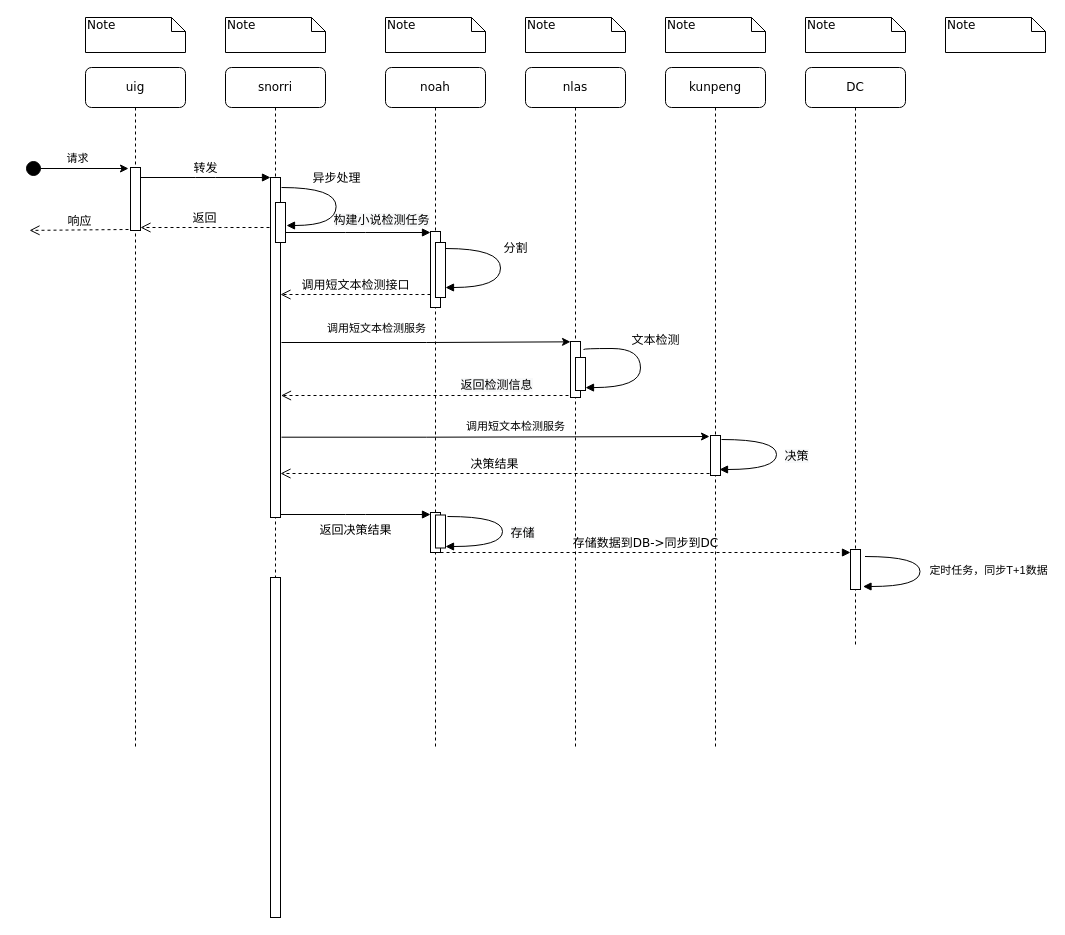
FataliBud/draw.io keeps this draw.io diagram as 中文在线机审时序图.drawio. Above is the earlier version. Source tidied: cells renumbered, new cells numbered last; positions are measured from the earlier drawing's top-left corner, leaving out a move shared by most shapes. Both pictures are drawn from the tidied source at 100%, with x=0, y=0 at pixel (25, 17).
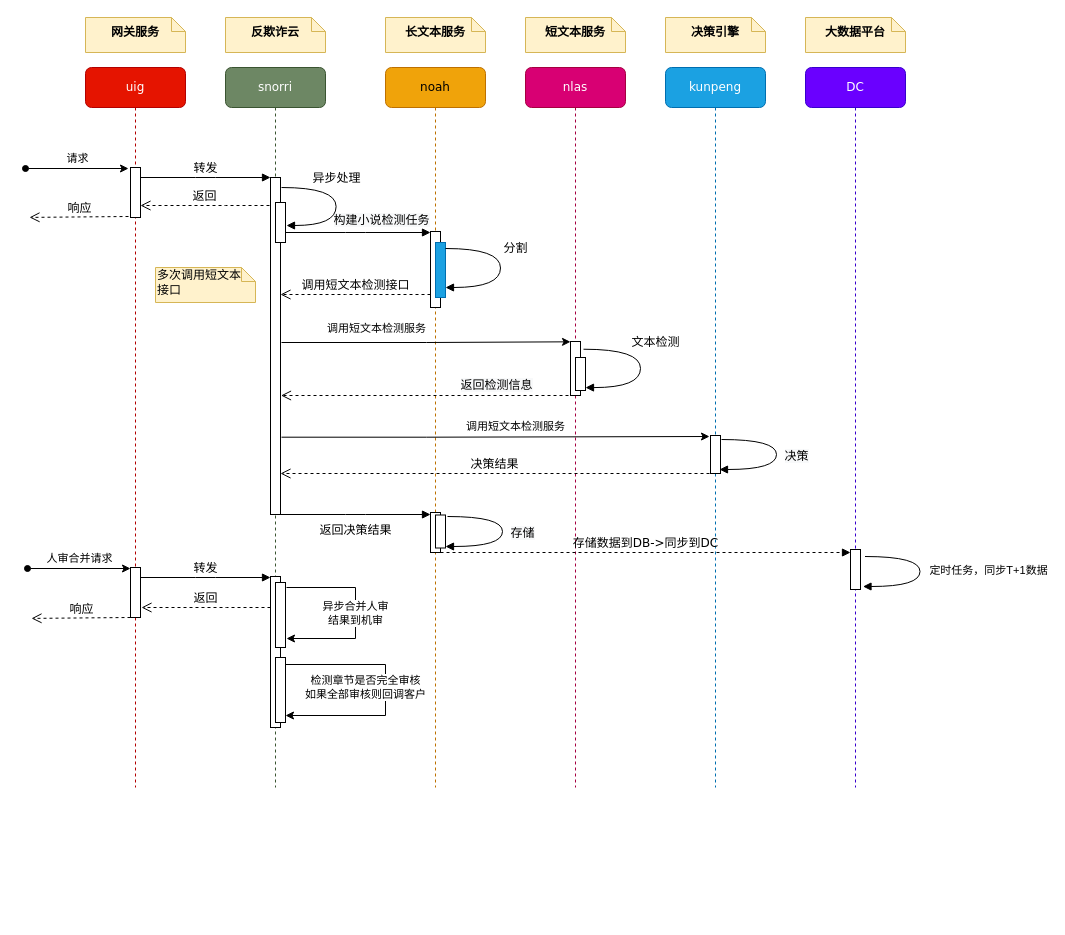
After the change.

Commit message (it also covers changes not shown here):
Update 中文在线机审时序图.drawio

Diff of the diagram source:
```diff
@@
-    <mxCell id="2" value="snorri" style="shape=umlLifeline;perimeter=lifelinePerimeter;whiteSpace=wrap;html=1;rounded=1;shadow=0;comic=0;labelBackgroundColor=none;strokeWidth=1;fontFamily=Verdana;fontSize=12;align=center;" parent="1" vertex="1">
-      <mxGeometry x="200" y="50" width="100" height="680" as="geometry" />
+    <mxCell id="2" value="snorri" style="shape=umlLifeline;perimeter=lifelinePerimeter;whiteSpace=wrap;html=1;rounded=1;shadow=0;comic=0;labelBackgroundColor=none;strokeWidth=1;fontFamily=Verdana;fontSize=12;align=center;fillColor=#6d8764;strokeColor=#3A5431;fontColor=#ffffff;" parent="1" vertex="1">
+      <mxGeometry x="200" y="50" width="100" height="720" as="geometry" />
     </mxCell>
     <mxCell id="3" style="html=1;perimeter=orthogonalPerimeter;rounded=0;shadow=0;comic=0;labelBackgroundColor=none;strokeWidth=1;fontFamily=Verdana;fontSize=12;align=center;" parent="2" vertex="1">
-      <mxGeometry x="45" y="110" width="10" height="340" as="geometry" />
+      <mxGeometry x="45" y="110" width="10" height="337" as="geometry" />
     </mxCell>
-    <mxCell id="4" value="noah" style="shape=umlLifeline;perimeter=lifelinePerimeter;whiteSpace=wrap;html=1;rounded=1;shadow=0;comic=0;labelBackgroundColor=none;strokeWidth=1;fontFamily=Verdana;fontSize=12;align=center;" parent="1" vertex="1">
-      <mxGeometry x="360" y="50" width="100" height="680" as="geometry" />
+    <mxCell id="4" value="noah" style="shape=umlLifeline;perimeter=lifelinePerimeter;whiteSpace=wrap;html=1;rounded=1;shadow=0;comic=0;labelBackgroundColor=none;strokeWidth=1;fontFamily=Verdana;fontSize=12;align=center;fillColor=#f0a30a;strokeColor=#BD7000;fontColor=#000000;" parent="1" vertex="1">
+      <mxGeometry x="360" y="50" width="100" height="720" as="geometry" />
     </mxCell>
@@
-    <mxCell id="6" value="nlas" style="shape=umlLifeline;perimeter=lifelinePerimeter;whiteSpace=wrap;html=1;rounded=1;shadow=0;comic=0;labelBackgroundColor=none;strokeWidth=1;fontFamily=Verdana;fontSize=12;align=center;" parent="1" vertex="1">
-      <mxGeometry x="500" y="50" width="100" height="680" as="geometry" />
+    <mxCell id="6" value="nlas" style="shape=umlLifeline;perimeter=lifelinePerimeter;whiteSpace=wrap;html=1;rounded=1;shadow=0;comic=0;labelBackgroundColor=none;strokeWidth=1;fontFamily=Verdana;fontSize=12;align=center;fillColor=#d80073;strokeColor=#A50040;fontColor=#ffffff;" parent="1" vertex="1">
+      <mxGeometry x="500" y="50" width="100" height="720" as="geometry" />
     </mxCell>
-    <mxCell id="7" value="kunpeng" style="shape=umlLifeline;perimeter=lifelinePerimeter;whiteSpace=wrap;html=1;rounded=1;shadow=0;comic=0;labelBackgroundColor=none;strokeWidth=1;fontFamily=Verdana;fontSize=12;align=center;" parent="1" vertex="1">
-      <mxGeometry x="640" y="50" width="100" height="680" as="geometry" />
+    <mxCell id="7" value="kunpeng" style="shape=umlLifeline;perimeter=lifelinePerimeter;whiteSpace=wrap;html=1;rounded=1;shadow=0;comic=0;labelBackgroundColor=none;strokeWidth=1;fontFamily=Verdana;fontSize=12;align=center;fillColor=#1ba1e2;strokeColor=#006EAF;fontColor=#ffffff;" parent="1" vertex="1">
+      <mxGeometry x="640" y="50" width="100" height="720" as="geometry" />
     </mxCell>
-    <mxCell id="8" value="DC" style="shape=umlLifeline;perimeter=lifelinePerimeter;whiteSpace=wrap;html=1;rounded=1;shadow=0;comic=0;labelBackgroundColor=none;strokeWidth=1;fontFamily=Verdana;fontSize=12;align=center;" parent="1" vertex="1">
-      <mxGeometry x="780" y="50" width="100" height="580" as="geometry" />
+    <mxCell id="8" value="DC" style="shape=umlLifeline;perimeter=lifelinePerimeter;whiteSpace=wrap;html=1;rounded=1;shadow=0;comic=0;labelBackgroundColor=none;strokeWidth=1;fontFamily=Verdana;fontSize=12;align=center;fillColor=#6a00ff;strokeColor=#3700CC;fontColor=#ffffff;" parent="1" vertex="1">
+      <mxGeometry x="780" y="50" width="100" height="720" as="geometry" />
     </mxCell>
-    <mxCell id="9" value="uig" style="shape=umlLifeline;perimeter=lifelinePerimeter;whiteSpace=wrap;html=1;rounded=1;shadow=0;comic=0;labelBackgroundColor=none;strokeWidth=1;fontFamily=Verdana;fontSize=12;align=center;" parent="1" vertex="1">
-      <mxGeometry x="60" y="50" width="100" height="680" as="geometry" />
+    <mxCell id="9" value="uig" style="shape=umlLifeline;perimeter=lifelinePerimeter;whiteSpace=wrap;html=1;rounded=1;shadow=0;comic=0;labelBackgroundColor=none;strokeWidth=1;fontFamily=Verdana;fontSize=12;align=center;fillColor=#e51400;strokeColor=#B20000;fontColor=#ffffff;" parent="1" vertex="1">
+      <mxGeometry x="60" y="50" width="100" height="720" as="geometry" />
     </mxCell>
     <mxCell id="10" style="html=1;perimeter=orthogonalPerimeter;rounded=0;shadow=0;comic=0;labelBackgroundColor=none;strokeWidth=1;fontFamily=Verdana;fontSize=12;align=center;" parent="9" vertex="1">
-      <mxGeometry x="45" y="100" width="10" height="63" as="geometry" />
+      <mxGeometry x="45" y="100" width="10" height="50" as="geometry" />
     </mxCell>
     <mxCell id="11" style="html=1;points=[];perimeter=orthogonalPerimeter;rounded=0;shadow=0;comic=0;labelBackgroundColor=none;strokeWidth=1;fontFamily=Verdana;fontSize=12;align=center;" parent="1" vertex="1">
-      <mxGeometry x="545" y="324" width="10" height="56" as="geometry" />
+      <mxGeometry x="545" y="324" width="10" height="54" as="geometry" />
     </mxCell>
     <mxCell id="12" style="html=1;perimeter=orthogonalPerimeter;rounded=0;shadow=0;comic=0;labelBackgroundColor=none;strokeWidth=1;fontFamily=Verdana;fontSize=12;align=center;" parent="1" vertex="1">
-      <mxGeometry x="685" y="418" width="10" height="40" as="geometry" />
+      <mxGeometry x="685" y="418" width="10" height="38" as="geometry" />
     </mxCell>
@@
-    <mxCell id="18" value="Note" style="shape=note;whiteSpace=wrap;html=1;size=14;verticalAlign=top;align=left;spacingTop=-6;rounded=0;shadow=0;comic=0;labelBackgroundColor=none;strokeWidth=1;fontFamily=Verdana;fontSize=12;" parent="1" vertex="1">
+    <mxCell id="18" value="网关服务" style="shape=note;whiteSpace=wrap;html=1;size=14;verticalAlign=middle;align=center;spacingTop=-6;rounded=0;shadow=0;comic=0;labelBackgroundColor=none;strokeWidth=1;fontFamily=Verdana;fontSize=12;fontStyle=1;fillColor=#fff2cc;strokeColor=#d6b656;" parent="1" vertex="1">
       <mxGeometry x="60" width="100" height="35" as="geometry" />
     </mxCell>
-    <mxCell id="19" value="Note" style="shape=note;whiteSpace=wrap;html=1;size=14;verticalAlign=top;align=left;spacingTop=-6;rounded=0;shadow=0;comic=0;labelBackgroundColor=none;strokeWidth=1;fontFamily=Verdana;fontSize=12;" parent="1" vertex="1">
+    <mxCell id="19" value="反欺诈云" style="shape=note;whiteSpace=wrap;html=1;size=14;verticalAlign=middle;align=center;spacingTop=-6;rounded=0;shadow=0;comic=0;labelBackgroundColor=none;strokeWidth=1;fontFamily=Verdana;fontSize=12;fontStyle=1;fillColor=#fff2cc;strokeColor=#d6b656;" parent="1" vertex="1">
       <mxGeometry x="200" width="100" height="35" as="geometry" />
     </mxCell>
-    <mxCell id="20" value="Note" style="shape=note;whiteSpace=wrap;html=1;size=14;verticalAlign=top;align=left;spacingTop=-6;rounded=0;shadow=0;comic=0;labelBackgroundColor=none;strokeWidth=1;fontFamily=Verdana;fontSize=12;" parent="1" vertex="1">
+    <mxCell id="20" value="长文本服务" style="shape=note;whiteSpace=wrap;html=1;size=14;verticalAlign=middle;align=center;spacingTop=-6;rounded=0;shadow=0;comic=0;labelBackgroundColor=none;strokeWidth=1;fontFamily=Verdana;fontSize=12;fontStyle=1;fillColor=#fff2cc;strokeColor=#d6b656;" parent="1" vertex="1">
       <mxGeometry x="360" width="100" height="35" as="geometry" />
     </mxCell>
-    <mxCell id="21" value="Note" style="shape=note;whiteSpace=wrap;html=1;size=14;verticalAlign=top;align=left;spacingTop=-6;rounded=0;shadow=0;comic=0;labelBackgroundColor=none;strokeWidth=1;fontFamily=Verdana;fontSize=12;" parent="1" vertex="1">
+    <mxCell id="21" value="短文本服务" style="shape=note;whiteSpace=wrap;html=1;size=14;verticalAlign=middle;align=center;spacingTop=-6;rounded=0;shadow=0;comic=0;labelBackgroundColor=none;strokeWidth=1;fontFamily=Verdana;fontSize=12;fontStyle=1;fillColor=#fff2cc;strokeColor=#d6b656;" parent="1" vertex="1">
       <mxGeometry x="500" width="100" height="35" as="geometry" />
     </mxCell>
-    <mxCell id="22" value="Note" style="shape=note;whiteSpace=wrap;html=1;size=14;verticalAlign=top;align=left;spacingTop=-6;rounded=0;shadow=0;comic=0;labelBackgroundColor=none;strokeWidth=1;fontFamily=Verdana;fontSize=12;" parent="1" vertex="1">
+    <mxCell id="22" value="决策引擎" style="shape=note;whiteSpace=wrap;html=1;size=14;verticalAlign=middle;align=center;spacingTop=-6;rounded=0;shadow=0;comic=0;labelBackgroundColor=none;strokeWidth=1;fontFamily=Verdana;fontSize=12;fontStyle=1;fillColor=#fff2cc;strokeColor=#d6b656;" parent="1" vertex="1">
       <mxGeometry x="640" width="100" height="35" as="geometry" />
     </mxCell>
-    <mxCell id="23" value="Note" style="shape=note;whiteSpace=wrap;html=1;size=14;verticalAlign=top;align=left;spacingTop=-6;rounded=0;shadow=0;comic=0;labelBackgroundColor=none;strokeWidth=1;fontFamily=Verdana;fontSize=12;" parent="1" vertex="1">
+    <mxCell id="23" value="大数据平台" style="shape=note;whiteSpace=wrap;html=1;size=14;verticalAlign=middle;align=center;spacingTop=-6;rounded=0;shadow=0;comic=0;labelBackgroundColor=none;strokeWidth=1;fontFamily=Verdana;fontSize=12;fontStyle=1;fillColor=#fff2cc;strokeColor=#d6b656;" parent="1" vertex="1">
       <mxGeometry x="780" width="100" height="35" as="geometry" />
     </mxCell>
-    <mxCell id="24" value="Note" style="shape=note;whiteSpace=wrap;html=1;size=14;verticalAlign=top;align=left;spacingTop=-6;rounded=0;shadow=0;comic=0;labelBackgroundColor=none;strokeWidth=1;fontFamily=Verdana;fontSize=12;" parent="1" vertex="1">
-      <mxGeometry x="920" width="100" height="35" as="geometry" />
-    </mxCell>
-    <mxCell id="25" style="endArrow=classic;html=1;startArrow=circle;startFill=1;" parent="1" edge="1">
+    <mxCell id="25" style="endArrow=classic;html=1;startArrow=oval;startFill=1;" parent="1" edge="1">
       <mxGeometry relative="1" as="geometry">
         <mxPoint y="151" as="sourcePoint" />
         <mxPoint x="103" y="151" as="targetPoint" />
       </mxGeometry>
     </mxCell>
@@
     <mxCell id="28" value="返回" style="html=1;verticalAlign=bottom;endArrow=open;dashed=1;endSize=8;labelBackgroundColor=none;fontFamily=Verdana;fontSize=12;edgeStyle=elbowEdgeStyle;elbow=vertical;" parent="1" edge="1">
       <mxGeometry relative="1" as="geometry">
-        <mxPoint x="244" y="210" as="sourcePoint" />
-        <mxPoint x="115" y="210" as="targetPoint" />
+        <mxPoint x="244" y="188" as="sourcePoint" />
+        <mxPoint x="115" y="188" as="targetPoint" />
         <Array as="points">
-          <mxPoint x="210" y="210" />
-          <mxPoint x="370" y="220" />
+          <mxPoint x="210" y="188" />
+          <mxPoint x="370" y="198" />
         </Array>
       </mxGeometry>
     </mxCell>
     <mxCell id="29" value="响应" style="html=1;verticalAlign=bottom;endArrow=open;dashed=1;endSize=8;labelBackgroundColor=none;fontFamily=Verdana;fontSize=12;edgeStyle=elbowEdgeStyle;elbow=vertical;exitX=-0.1;exitY=0.223;exitDx=0;exitDy=0;exitPerimeter=0;" parent="1" edge="1">
       <mxGeometry relative="1" as="geometry">
-        <mxPoint x="103" y="212" as="sourcePoint" />
-        <mxPoint x="4" y="213" as="targetPoint" />
+        <mxPoint x="103" y="199" as="sourcePoint" />
+        <mxPoint x="4" y="200" as="targetPoint" />
         <Array as="points">
-          <mxPoint x="69" y="212.9" />
-          <mxPoint x="229" y="222.9" />
+          <mxPoint x="69" y="199.9" />
+          <mxPoint x="229" y="209.9" />
         </Array>
       </mxGeometry>
     </mxCell>
@@
-    <mxCell id="31" style="html=1;points=[];perimeter=orthogonalPerimeter;rounded=0;shadow=0;comic=0;labelBackgroundColor=none;strokeWidth=1;fontFamily=Verdana;fontSize=12;align=center;" parent="1" vertex="1">
+    <mxCell id="31" style="html=1;points=[];perimeter=orthogonalPerimeter;rounded=0;shadow=0;comic=0;labelBackgroundColor=none;strokeWidth=1;fontFamily=Verdana;fontSize=12;align=center;fillColor=#1ba1e2;strokeColor=#006EAF;fontColor=#ffffff;" parent="1" vertex="1">
       <mxGeometry x="410" y="225" width="10" height="55" as="geometry" />
     </mxCell>
@@
     <mxCell id="52" style="html=1;perimeter=orthogonalPerimeter;rounded=0;shadow=0;comic=0;labelBackgroundColor=none;strokeWidth=1;fontFamily=Verdana;fontSize=12;align=center;" parent="1" vertex="1">
-      <mxGeometry x="245" y="560" width="10" height="340" as="geometry" />
+      <mxGeometry x="245" y="559" width="10" height="151" as="geometry" />
     </mxCell>
+    <mxCell id="53" style="html=1;perimeter=orthogonalPerimeter;rounded=0;shadow=0;comic=0;labelBackgroundColor=none;strokeWidth=1;fontFamily=Verdana;fontSize=12;align=center;" parent="1" vertex="1">
+      <mxGeometry x="105" y="550" width="10" height="50" as="geometry" />
+    </mxCell>
+    <mxCell id="54" style="endArrow=classic;html=1;startArrow=oval;startFill=1;" parent="1" edge="1">
+      <mxGeometry relative="1" as="geometry">
+        <mxPoint x="2" y="551" as="sourcePoint" />
+        <mxPoint x="105" y="551" as="targetPoint" />
+      </mxGeometry>
+    </mxCell>
+    <mxCell id="55" value="人审合并请求" style="edgeLabel;html=1;align=center;verticalAlign=middle;" parent="54" vertex="1">
+      <mxGeometry x="-0.01" relative="1" as="geometry">
+        <mxPoint y="-11" as="offset" />
+      </mxGeometry>
+    </mxCell>
+    <mxCell id="56" value="响应" style="html=1;verticalAlign=bottom;endArrow=open;dashed=1;endSize=8;labelBackgroundColor=none;fontFamily=Verdana;fontSize=12;edgeStyle=elbowEdgeStyle;elbow=vertical;exitX=-0.1;exitY=0.223;exitDx=0;exitDy=0;exitPerimeter=0;" parent="1" edge="1">
+      <mxGeometry relative="1" as="geometry">
+        <mxPoint x="105" y="600" as="sourcePoint" />
+        <mxPoint x="6" y="601" as="targetPoint" />
+        <Array as="points">
+          <mxPoint x="71" y="600.9" />
+          <mxPoint x="231" y="610.9" />
+        </Array>
+      </mxGeometry>
+    </mxCell>
+    <mxCell id="57" value="转发" style="html=1;verticalAlign=bottom;endArrow=block;entryX=0;entryY=0;labelBackgroundColor=none;fontFamily=Verdana;fontSize=12;edgeStyle=elbowEdgeStyle;elbow=vertical;" parent="1" edge="1">
+      <mxGeometry relative="1" as="geometry">
+        <mxPoint x="115" y="560" as="sourcePoint" />
+        <mxPoint x="245" y="560" as="targetPoint" />
+      </mxGeometry>
+    </mxCell>
+    <mxCell id="58" style="html=1;perimeter=orthogonalPerimeter;rounded=0;shadow=0;comic=0;labelBackgroundColor=none;strokeWidth=1;fontFamily=Verdana;fontSize=12;align=center;" parent="1" vertex="1">
+      <mxGeometry x="250" y="565" width="10" height="65" as="geometry" />
+    </mxCell>
+    <mxCell id="59" value="异步合并人审&lt;br&gt;结果到机审" style="edgeStyle=orthogonalEdgeStyle;rounded=0;orthogonalLoop=1;jettySize=auto;html=1;startArrow=none;startFill=0;" parent="1" edge="1">
+      <mxGeometry relative="1" as="geometry">
+        <mxPoint x="261" y="570" as="sourcePoint" />
+        <mxPoint x="261" y="621" as="targetPoint" />
+        <Array as="points">
+          <mxPoint x="261" y="570" />
+          <mxPoint x="330" y="570" />
+          <mxPoint x="330" y="621" />
+        </Array>
+      </mxGeometry>
+    </mxCell>
+    <mxCell id="60" style="html=1;perimeter=orthogonalPerimeter;rounded=0;shadow=0;comic=0;labelBackgroundColor=none;strokeWidth=1;fontFamily=Verdana;fontSize=12;align=center;" parent="1" vertex="1">
+      <mxGeometry x="250" y="640" width="10" height="65" as="geometry" />
+    </mxCell>
+    <mxCell id="61" value="检测章节是否完全审核&lt;br&gt;如果全部审核则回调客户" style="edgeStyle=orthogonalEdgeStyle;rounded=0;orthogonalLoop=1;jettySize=auto;html=1;startArrow=none;startFill=0;" parent="1" edge="1">
+      <mxGeometry x="-0.02" y="-20" relative="1" as="geometry">
+        <mxPoint x="260" y="647" as="sourcePoint" />
+        <mxPoint x="260" y="698" as="targetPoint" />
+        <Array as="points">
+          <mxPoint x="360" y="647" />
+          <mxPoint x="360" y="698" />
+        </Array>
+      </mxGeometry>
+    </mxCell>
+    <mxCell id="62" value="返回" style="html=1;verticalAlign=bottom;endArrow=open;dashed=1;endSize=8;labelBackgroundColor=none;fontFamily=Verdana;fontSize=12;edgeStyle=elbowEdgeStyle;elbow=vertical;" parent="1" edge="1">
+      <mxGeometry relative="1" as="geometry">
+        <mxPoint x="245" y="590" as="sourcePoint" />
+        <mxPoint x="116" y="590" as="targetPoint" />
+        <Array as="points">
+          <mxPoint x="211" y="590" />
+          <mxPoint x="371" y="600" />
+        </Array>
+      </mxGeometry>
+    </mxCell>
+    <mxCell id="63" value="多次调用短文本&lt;br&gt;接口" style="shape=note;whiteSpace=wrap;html=1;size=14;verticalAlign=middle;align=left;spacingTop=-6;rounded=0;shadow=0;comic=0;labelBackgroundColor=none;strokeWidth=1;fontFamily=Verdana;fontSize=12;fontStyle=0;fillColor=#fff2cc;strokeColor=#d6b656;" parent="1" vertex="1">
+      <mxGeometry x="130" y="250" width="100" height="35" as="geometry" />
+    </mxCell>
```
